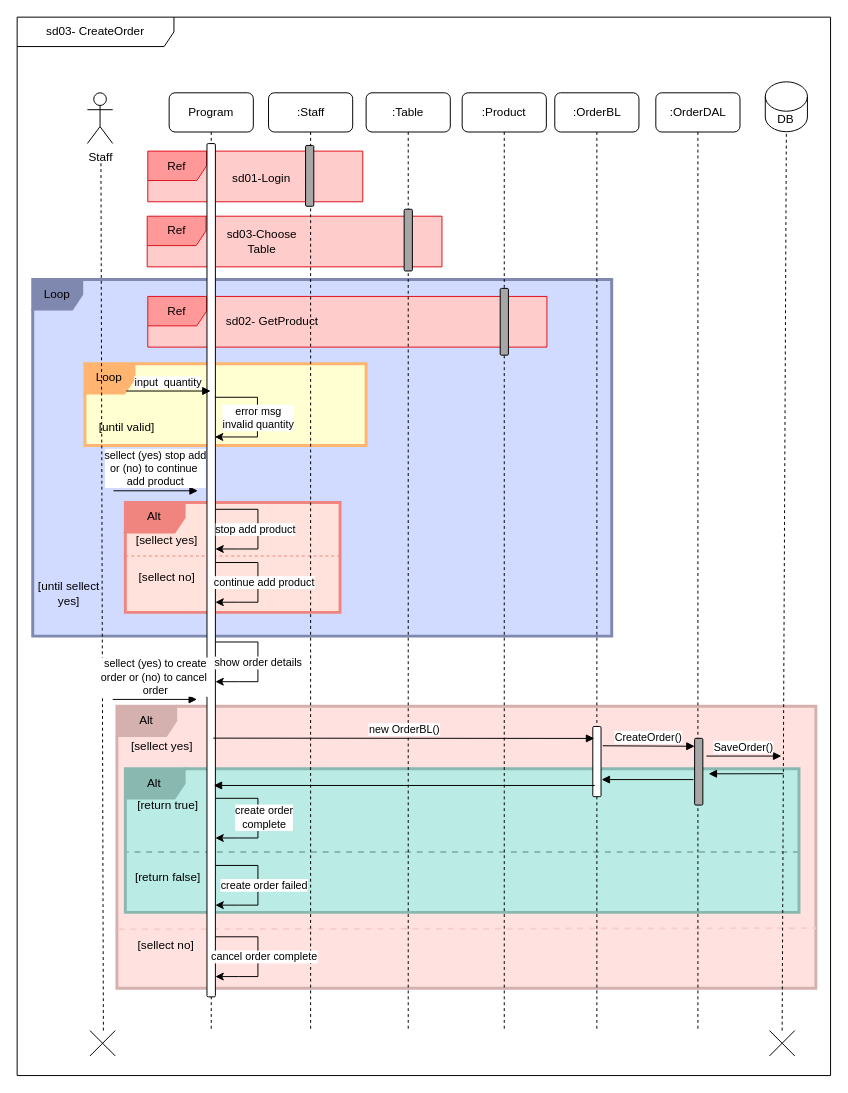
NDuc-Dev/Project-1 keeps this draw.io diagram as page "Create Order" (4 of 11) of Diagram/Sequence_Diagram/Sequence Diagram.drawio. Above is the earlier version. Source tidied: cells renumbered, new cells numbered last; positions are measured from the earlier drawing's top-left corner, leaving out a move shared by most shapes. Both pictures are drawn from the tidied source at 98%, with x=0, y=0 at pixel (17, 17).
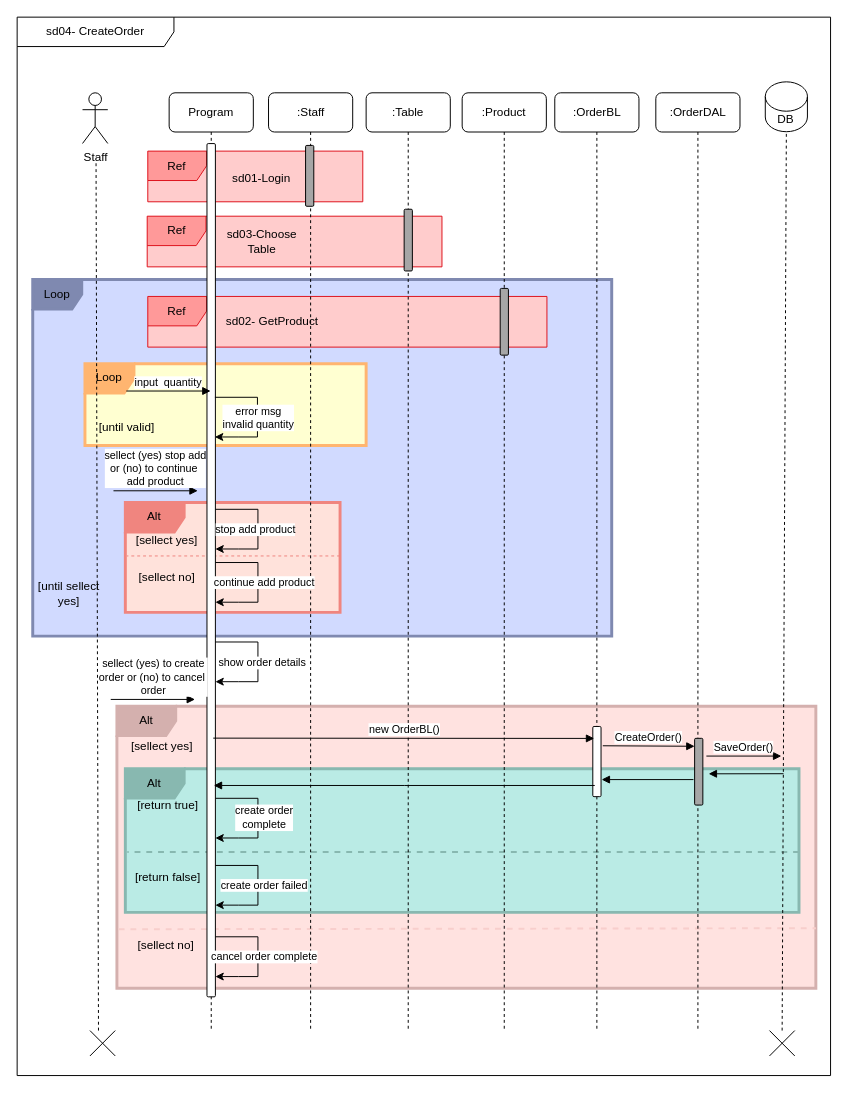
The same diagram, later.

Unchanged cells that the change refers to:
```xml
<mxCell id="2" style="group;" parent="1" vertex="1">
  <mxGeometry width="830" height="1080" as="geometry" />
</mxCell>
<mxCell id="4" style="group;strokeWidth=1;" parent="2" vertex="1">
  <mxGeometry x="15" y="60" width="800" height="1000" as="geometry" />
</mxCell>
<mxCell id="44" style="endArrow=classic;html=1;rounded=0;" parent="4" edge="1">
  <mxGeometry relative="1" as="geometry">
    <mxPoint x="187.3" y="577.6" as="sourcePoint" />
    <mxPoint x="187.3" y="618.1" as="targetPoint" />
    <Array as="points">
      <mxPoint x="230.7" y="577.6" />
      <mxPoint x="230.7" y="618.1" />
      <mxPoint x="211" y="618.1" />
    </Array>
  </mxGeometry>
</mxCell>
```

What changed in the source:
```diff
@@
-    <mxCell id="3" value="sd03- CreateOrder" style="shape=umlFrame;whiteSpace=wrap;html=1;width=160;rounded=1;swimlaneFillColor=default;" parent="2" vertex="1">
+    <mxCell id="3" value="sd04- CreateOrder" style="shape=umlFrame;whiteSpace=wrap;html=1;width=160;rounded=1;swimlaneFillColor=default;" parent="2" vertex="1">
       <mxGeometry width="830" height="1080" as="geometry" />
     </mxCell>
@@
     <mxCell id="17" value="Staff" style="shape=umlActor;verticalLabelPosition=bottom;verticalAlign=top;html=1;rounded=1;" parent="4" vertex="1">
-      <mxGeometry x="56.7" y="17.2" width="25.8" height="51.7" as="geometry" />
+      <mxGeometry x="51.7" y="17.2" width="25.8" height="51.7" as="geometry" />
     </mxCell>
@@
     <mxCell id="24" style="endArrow=none;dashed=1;html=1;rounded=1;" parent="4" edge="1">
       <mxGeometry relative="1" as="geometry">
-        <mxPoint x="73" y="974.1" as="sourcePoint" />
-        <mxPoint x="70.5" y="86.2" as="targetPoint" />
+        <mxPoint x="68" y="974.1" as="sourcePoint" />
+        <mxPoint x="65.5" y="86.2" as="targetPoint" />
       </mxGeometry>
     </mxCell>
@@
     <mxCell id="45" value="show order details" style="edgeLabel;html=1;align=center;verticalAlign=middle;rounded=1;" parent="44" vertex="1">
-      <mxGeometry relative="1" as="geometry" />
+      <mxGeometry relative="1" as="geometry">
+        <mxPoint x="4" as="offset" />
+      </mxGeometry>
     </mxCell>
@@
     <mxCell id="49" value="sellect (yes) to create&lt;br&gt;order or (no) to cancel&amp;nbsp;&lt;br&gt;order" style="html=1;verticalAlign=bottom;endArrow=block;edgeStyle=elbowEdgeStyle;elbow=vertical;curved=0;rounded=1;entryX=-0.3;entryY=0.345;entryDx=0;entryDy=0;entryPerimeter=0;" parent="4" edge="1">
       <mxGeometry relative="1" as="geometry">
-        <mxPoint x="82.5" y="636.2" as="sourcePoint" />
-        <mxPoint x="168.5" y="636.5" as="targetPoint" />
+        <mxPoint x="80.5" y="636.2" as="sourcePoint" />
+        <mxPoint x="166.5" y="636.5" as="targetPoint" />
         <Array as="points">
-          <mxPoint x="162.9" y="636.2" />
+          <mxPoint x="160.9" y="636.2" />
         </Array>
       </mxGeometry>
     </mxCell>
```
